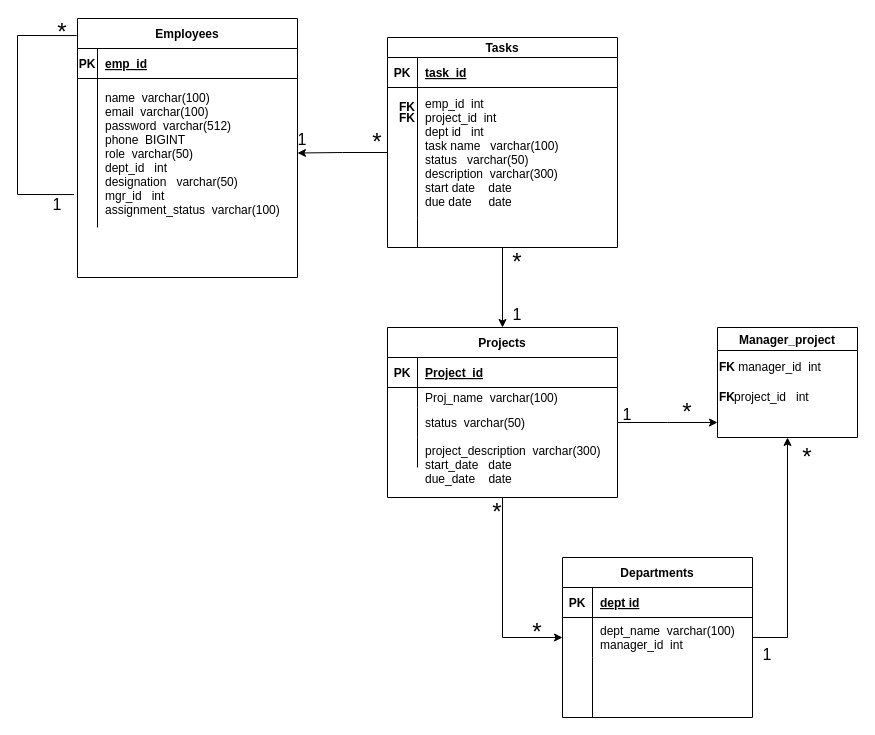
Earlier version of the draw.io diagram page "ER" (2 of 2) of ETMS_complete.drawio (Hks1998/ETMS_Project). Source tidied: cells renumbered, new cells numbered last; positions are measured from the earlier drawing's top-left corner, leaving out a move shared by most shapes. Both pictures are drawn from the tidied source at 100%, with x=0, y=0 at pixel (17, 17).
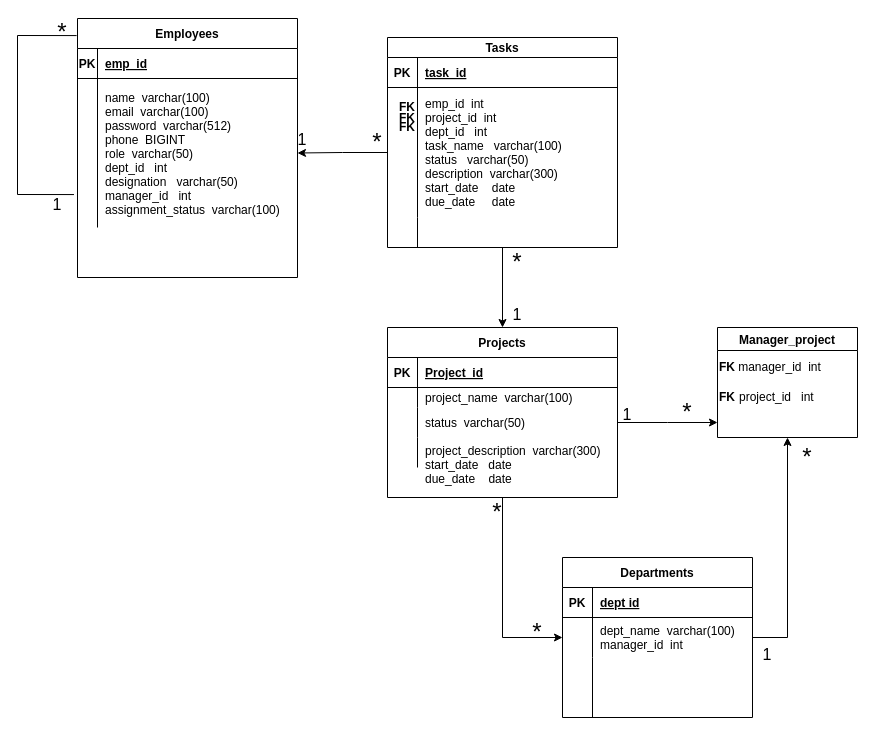
The same diagram, later.

Commit message (it also covers changes not shown here):
department and deptProject table

The change refers to these unchanged cells:
```xml
<mxCell id="7" style="shape=partialRectangle;fillColor=none;points=[[0,0.5],[1,0.5]];portConstraint=eastwest;top=0;left=0;right=0;bottom=0;" parent="3" vertex="1">
  <mxGeometry y="50" width="230" height="130" as="geometry" />
</mxCell>
<mxCell id="27" style="shape=partialRectangle;fillColor=none;points=[[0,0.5],[1,0.5]];portConstraint=eastwest;top=0;left=0;right=0;bottom=0;" parent="23" vertex="1">
  <mxGeometry y="60" width="220" height="149" as="geometry" />
</mxCell>
<mxCell id="36" style="shape=partialRectangle;fillColor=none;top=0;left=0;bottom=0;right=0;" parent="32" vertex="1">
  <mxGeometry y="60" width="230" height="20" as="geometry" />
</mxCell>
<mxCell id="46" value="Manager_project" style="swimlane;" parent="1" vertex="1">
  <mxGeometry x="700" y="310" width="140" height="110" as="geometry" />
</mxCell>
```

What changed in the source:
```diff
@@
-    <mxCell id="9" value="emp_id  int&#10;project_id  int&#10;dept id   int&#10;task name   varchar(100)&#10;status   varchar(50) &#10;description  varchar(300) &#10;start date    date&#10;due date     date" style="shape=partialRectangle;overflow=hidden;fillColor=none;top=0;left=0;bottom=0;right=0;align=left;spacingLeft=6;" parent="7" vertex="1">
+    <mxCell id="9" value="emp_id  int&#10;project_id  int&#10;dept_id   int&#10;task_name   varchar(100)&#10;status   varchar(50) &#10;description  varchar(300) &#10;start_date    date&#10;due_date     date" style="shape=partialRectangle;overflow=hidden;fillColor=none;top=0;left=0;bottom=0;right=0;align=left;spacingLeft=6;" parent="7" vertex="1">
       <mxGeometry x="30" width="200" height="130" as="geometry" />
     </mxCell>
@@
-    <mxCell id="29" value="name  varchar(100)    &#10;email  varchar(100) &#10;password  varchar(512) &#10;phone  BIGINT&#10;role  varchar(50) &#10;dept_id   int &#10;designation   varchar(50) &#10;mgr_id   int&#10;assignment_status  varchar(100) " style="shape=partialRectangle;overflow=hidden;fillColor=none;top=0;left=0;bottom=0;right=0;align=left;spacingLeft=6;" parent="27" vertex="1">
+    <mxCell id="29" value="name  varchar(100)    &#10;email  varchar(100) &#10;password  varchar(512) &#10;phone  BIGINT&#10;role  varchar(50) &#10;dept_id   int &#10;designation   varchar(50) &#10;manager_id   int&#10;assignment_status  varchar(100) " style="shape=partialRectangle;overflow=hidden;fillColor=none;top=0;left=0;bottom=0;right=0;align=left;spacingLeft=6;" parent="27" vertex="1">
       <mxGeometry x="20" width="200" height="149" as="geometry" />
     </mxCell>
@@
-    <mxCell id="38" value="Proj_name  varchar(100) " style="shape=partialRectangle;fillColor=none;top=0;left=0;bottom=0;right=0;align=left;spacingLeft=6;overflow=hidden;" parent="36" vertex="1">
+    <mxCell id="38" value="project_name  varchar(100) " style="shape=partialRectangle;fillColor=none;top=0;left=0;bottom=0;right=0;align=left;spacingLeft=6;overflow=hidden;" parent="36" vertex="1">
       <mxGeometry x="30" width="200" height="20" as="geometry" />
     </mxCell>
@@
     <mxCell id="48" value="project_id&amp;nbsp; &amp;nbsp;int" style="text;html=1;strokeColor=none;fillColor=none;align=left;verticalAlign=middle;whiteSpace=wrap;rounded=0;" parent="46" vertex="1">
-      <mxGeometry x="15" y="60" width="85" height="20" as="geometry" />
+      <mxGeometry x="20" y="60" width="85" height="20" as="geometry" />
     </mxCell>
@@
+    <mxCell id="68" value="&lt;b&gt;FK&lt;/b&gt;" style="text;html=1;strokeColor=none;fillColor=none;align=center;verticalAlign=middle;whiteSpace=wrap;rounded=0;" parent="1" vertex="1">
+      <mxGeometry x="360" y="95" width="60" height="30" as="geometry" />
+    </mxCell>
```
